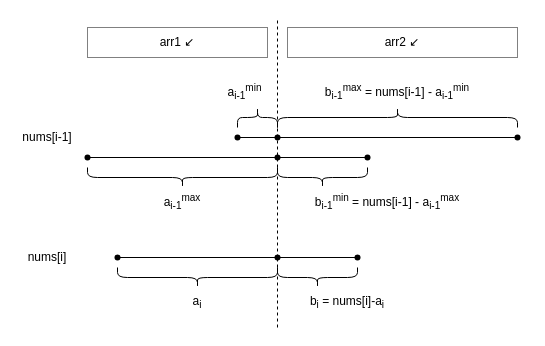
Before: source/coding/3250-find-the-count-of-monotonic-pairs-i/cnt-i-a.drawio in calfzhou/gocalf.com, a draw.io diagram. Source tidied: cells renumbered, new cells numbered last; positions are measured from the earlier drawing's top-left corner, leaving out a move shared by most shapes. Both pictures are drawn from the tidied source at 100%, with x=0, y=0 at pixel (17, -3).
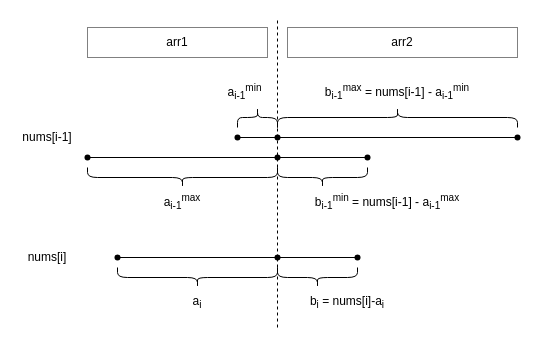
The same page after the edit.

Diff of the diagram source:
```diff
@@
-    <mxCell id="3" value="arr1 ↙" style="text;html=1;align=center;verticalAlign=middle;whiteSpace=wrap;rounded=0;strokeColor=default;dashed=1;dashPattern=1 1;" parent="1" vertex="1">
+    <mxCell id="3" value="arr1" style="text;html=1;align=center;verticalAlign=middle;whiteSpace=wrap;rounded=0;strokeColor=default;dashed=1;dashPattern=1 1;" parent="1" vertex="1">
       <mxGeometry x="70" y="30" width="180" height="30" as="geometry" />
     </mxCell>
-    <mxCell id="4" value="arr2 ↙" style="text;html=1;align=center;verticalAlign=middle;whiteSpace=wrap;rounded=0;strokeColor=default;dashed=1;dashPattern=1 1;" parent="1" vertex="1">
+    <mxCell id="4" value="arr2" style="text;html=1;align=center;verticalAlign=middle;whiteSpace=wrap;rounded=0;strokeColor=default;dashed=1;dashPattern=1 1;" parent="1" vertex="1">
       <mxGeometry x="270" y="30" width="230" height="30" as="geometry" />
     </mxCell>
```
